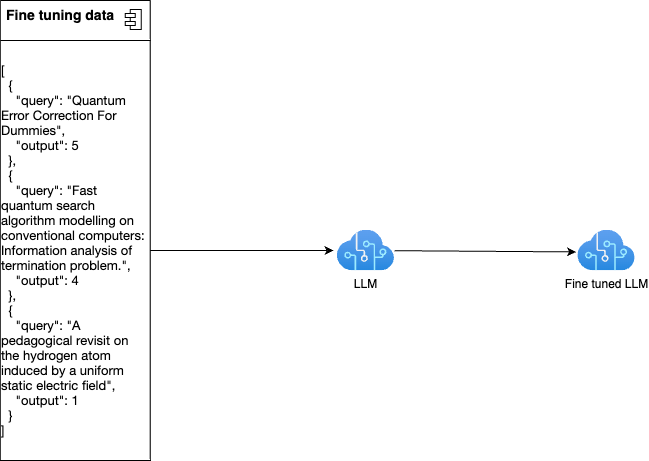
The draw.io diagram zurich-azure-ug-2024/graphics/customization2.drawio.png in filipw/filipw.github.io, before a commit. Source tidied: cells renumbered, new cells last; positions are measured from the earlier drawing's top-left corner, leaving out a move shared by most shapes.
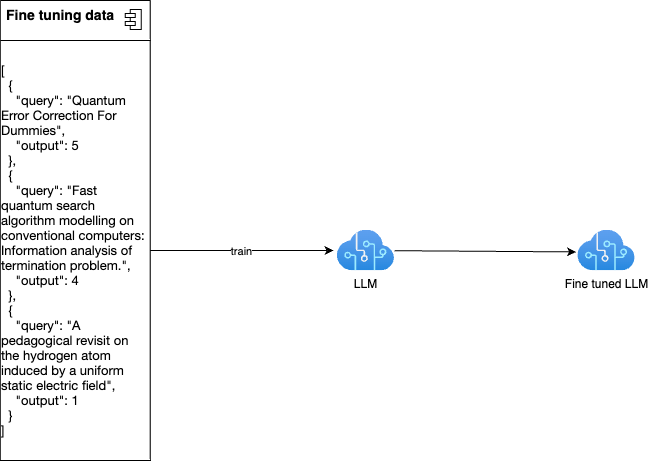
After the change.

The edit, as a diff of the source:
```diff
@@ -16,6 +16,11 @@
     <mxCell id="5" style="edgeStyle=none;html=1;entryX=-0.062;entryY=0.5;entryDx=0;entryDy=0;entryPerimeter=0;fontSize=14;" parent="1" edge="1" source="6" target="8">
       <mxGeometry relative="1" as="geometry" />
     </mxCell>
+    <mxCell id="10" value="train" style="edgeLabel;html=1;align=center;verticalAlign=middle;" parent="5" vertex="1">
+      <mxGeometry x="-0.21" relative="1" as="geometry">
+        <mxPoint x="19" as="offset" />
+      </mxGeometry>
+    </mxCell>
     <mxCell id="6" value="&lt;div style=&quot;border-color: var(--border-color);&quot;&gt;&lt;p style=&quot;margin: 0px; font-variant-numeric: normal; font-variant-east-asian: normal; font-variant-alternates: normal; font-kerning: auto; font-optical-sizing: auto; font-feature-settings: normal; font-variation-settings: normal; font-stretch: normal; font-size: 13px; line-height: normal; font-family: &amp;quot;Helvetica Neue&amp;quot;; text-align: start;&quot; class=&quot;p1&quot;&gt;[&lt;/p&gt;&lt;p style=&quot;margin: 0px; font-variant-numeric: normal; font-variant-east-asian: normal; font-variant-alternates: normal; font-kerning: auto; font-optical-sizing: auto; font-feature-settings: normal; font-variation-settings: normal; font-stretch: normal; font-size: 13px; line-height: normal; font-family: &amp;quot;Helvetica Neue&amp;quot;; text-align: start;&quot; class=&quot;p1&quot;&gt;&lt;span class=&quot;Apple-converted-space&quot;&gt;&amp;nbsp; &lt;/span&gt;{&lt;/p&gt;&lt;p style=&quot;margin: 0px; font-variant-numeric: normal; font-variant-east-asian: normal; font-variant-alternates: normal; font-kerning: auto; font-optical-sizing: auto; font-feature-settings: normal; font-variation-settings: normal; font-stretch: normal; font-size: 13px; line-height: normal; font-family: &amp;quot;Helvetica Neue&amp;quot;; text-align: start;&quot; class=&quot;p1&quot;&gt;&lt;span class=&quot;Apple-converted-space&quot;&gt;&amp;nbsp; &amp;nbsp; &lt;/span&gt;&quot;query&quot;: &quot;Quantum Error Correction For Dummies&quot;,&lt;/p&gt;&lt;p style=&quot;margin: 0px; font-variant-numeric: normal; font-variant-east-asian: normal; font-variant-alternates: normal; font-kerning: auto; font-optical-sizing: auto; font-feature-settings: normal; font-variation-settings: normal; font-stretch: normal; font-size: 13px; line-height: normal; font-family: &amp;quot;Helvetica Neue&amp;quot;; text-align: start;&quot; class=&quot;p1&quot;&gt;&lt;span class=&quot;Apple-converted-space&quot;&gt;&amp;nbsp; &amp;nbsp; &lt;/span&gt;&quot;output&quot;: 5&lt;/p&gt;&lt;p style=&quot;margin: 0px; font-variant-numeric: normal; font-variant-east-asian: normal; font-variant-alternates: normal; font-kerning: auto; font-optical-sizing: auto; font-feature-settings: normal; font-variation-settings: normal; font-stretch: normal; font-size: 13px; line-height: normal; font-family: &amp;quot;Helvetica Neue&amp;quot;; text-align: start;&quot; class=&quot;p1&quot;&gt;&lt;span class=&quot;Apple-converted-space&quot;&gt;&amp;nbsp; &lt;/span&gt;},&lt;/p&gt;&lt;p style=&quot;margin: 0px; font-variant-numeric: normal; font-variant-east-asian: normal; font-variant-alternates: normal; font-kerning: auto; font-optical-sizing: auto; font-feature-settings: normal; font-variation-settings: normal; font-stretch: normal; font-size: 13px; line-height: normal; font-family: &amp;quot;Helvetica Neue&amp;quot;; text-align: start;&quot; class=&quot;p1&quot;&gt;&lt;span class=&quot;Apple-converted-space&quot;&gt;&amp;nbsp; &lt;/span&gt;{&lt;/p&gt;&lt;p style=&quot;margin: 0px; font-variant-numeric: normal; font-variant-east-asian: normal; font-variant-alternates: normal; font-kerning: auto; font-optical-sizing: auto; font-feature-settings: normal; font-variation-settings: normal; font-stretch: normal; font-size: 13px; line-height: normal; font-family: &amp;quot;Helvetica Neue&amp;quot;; text-align: start;&quot; class=&quot;p1&quot;&gt;&lt;span class=&quot;Apple-converted-space&quot;&gt;&amp;nbsp; &amp;nbsp; &lt;/span&gt;&quot;query&quot;: &quot;Fast quantum search algorithm modelling on conventional computers: Information analysis of termination problem.&quot;,&lt;/p&gt;&lt;p style=&quot;margin: 0px; font-variant-numeric: normal; font-variant-east-asian: normal; font-variant-alternates: normal; font-kerning: auto; font-optical-sizing: auto; font-feature-settings: normal; font-variation-settings: normal; font-stretch: normal; font-size: 13px; line-height: normal; font-family: &amp;quot;Helvetica Neue&amp;quot;; text-align: start;&quot; class=&quot;p1&quot;&gt;&lt;span class=&quot;Apple-converted-space&quot;&gt;&amp;nbsp; &amp;nbsp; &lt;/span&gt;&quot;output&quot;: 4&lt;/p&gt;&lt;p style=&quot;margin: 0px; font-variant-numeric: normal; font-variant-east-asian: normal; font-variant-alternates: normal; font-kerning: auto; font-optical-sizing: auto; font-feature-settings: normal; font-variation-settings: normal; font-stretch: normal; font-size: 13px; line-height: normal; font-family: &amp;quot;Helvetica Neue&amp;quot;; text-align: start;&quot; class=&quot;p1&quot;&gt;&lt;span class=&quot;Apple-converted-space&quot;&gt;&amp;nbsp; &lt;/span&gt;},&lt;/p&gt;&lt;p style=&quot;margin: 0px; font-variant-numeric: normal; font-variant-east-asian: normal; font-variant-alternates: normal; font-kerning: auto; font-optical-sizing: auto; font-feature-settings: normal; font-variation-settings: normal; font-stretch: normal; font-size: 13px; line-height: normal; font-family: &amp;quot;Helvetica Neue&amp;quot;; text-align: start;&quot; class=&quot;p1&quot;&gt;&lt;span class=&quot;Apple-converted-space&quot;&gt;&amp;nbsp; &lt;/span&gt;{&lt;/p&gt;&lt;p style=&quot;margin: 0px; font-variant-numeric: normal; font-variant-east-asian: normal; font-variant-alternates: normal; font-kerning: auto; font-optical-sizing: auto; font-feature-settings: normal; font-variation-settings: normal; font-stretch: normal; font-size: 13px; line-height: normal; font-family: &amp;quot;Helvetica Neue&amp;quot;; text-align: start;&quot; class=&quot;p1&quot;&gt;&lt;span class=&quot;Apple-converted-space&quot;&gt;&amp;nbsp; &amp;nbsp; &lt;/span&gt;&quot;query&quot;: &quot;A pedagogical revisit on the hydrogen atom induced by a uniform static electric field&quot;,&lt;/p&gt;&lt;p style=&quot;margin: 0px; font-variant-numeric: normal; font-variant-east-asian: normal; font-variant-alternates: normal; font-kerning: auto; font-optical-sizing: auto; font-feature-settings: normal; font-variation-settings: normal; font-stretch: normal; font-size: 13px; line-height: normal; font-family: &amp;quot;Helvetica Neue&amp;quot;; text-align: start;&quot; class=&quot;p1&quot;&gt;&lt;span class=&quot;Apple-converted-space&quot;&gt;&amp;nbsp; &amp;nbsp; &lt;/span&gt;&quot;output&quot;: 1&lt;/p&gt;&lt;p style=&quot;margin: 0px; font-variant-numeric: normal; font-variant-east-asian: normal; font-variant-alternates: normal; font-kerning: auto; font-optical-sizing: auto; font-feature-settings: normal; font-variation-settings: normal; font-stretch: normal; font-size: 13px; line-height: normal; font-family: &amp;quot;Helvetica Neue&amp;quot;; text-align: start;&quot; class=&quot;p1&quot;&gt;&lt;span class=&quot;Apple-converted-space&quot;&gt;&amp;nbsp; &lt;/span&gt;}&lt;/p&gt;&lt;p style=&quot;margin: 0px; font-variant-numeric: normal; font-variant-east-asian: normal; font-variant-alternates: normal; font-kerning: auto; font-optical-sizing: auto; font-feature-settings: normal; font-variation-settings: normal; font-stretch: normal; font-size: 13px; line-height: normal; font-family: &amp;quot;Helvetica Neue&amp;quot;; text-align: start;&quot; class=&quot;p1&quot;&gt;]&lt;/p&gt;&lt;/div&gt;" style="rounded=0;whiteSpace=wrap;html=1;" parent="1" vertex="1">
       <mxGeometry x="-0.3" y="40" width="150" height="420" as="geometry" />
     </mxCell>
```
